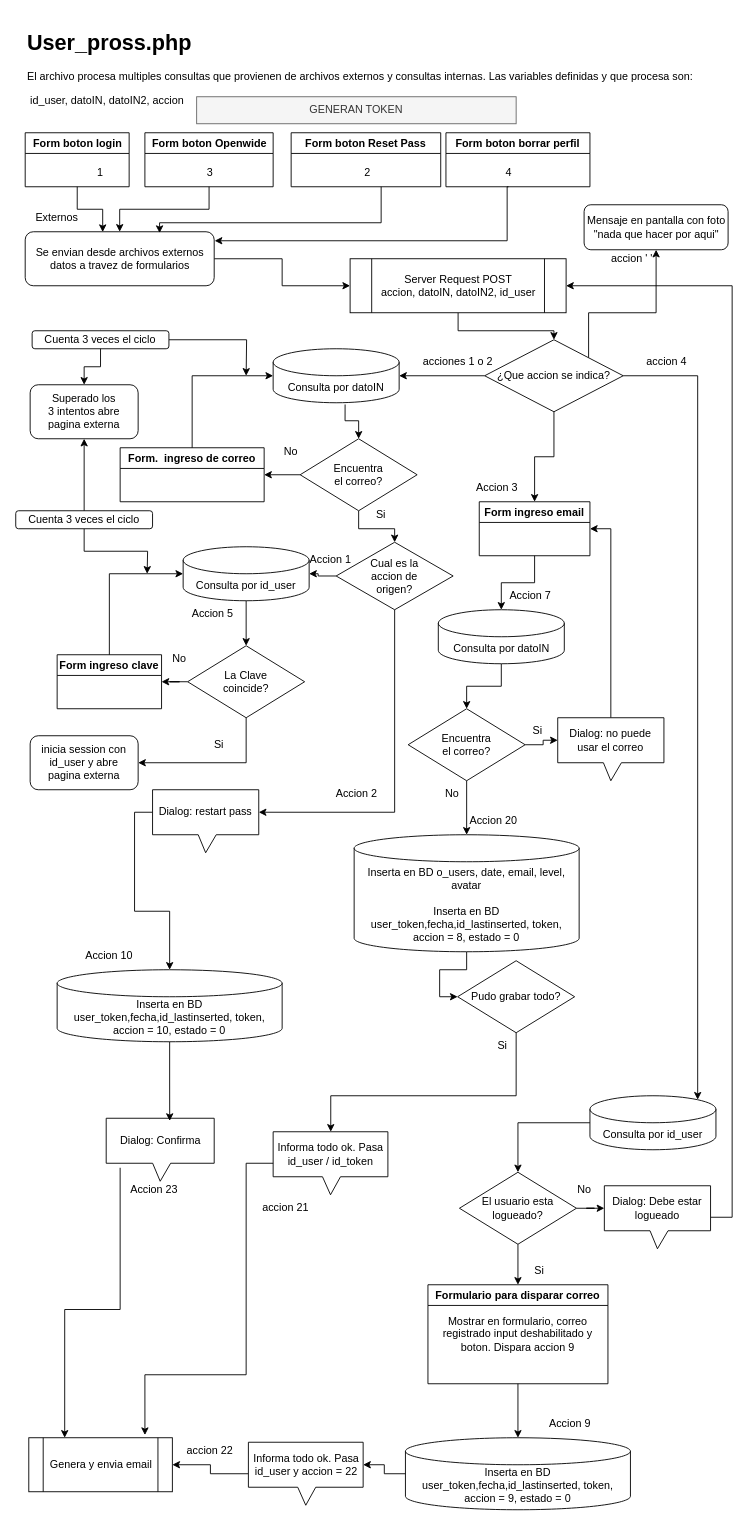
Earlier version of the draw.io diagram user_prossphp.drawio (MaxiFranz/TrayectoP). Source tidied: cells renumbered, new cells numbered last; positions are measured from the earlier drawing's top-left corner, leaving out a move shared by most shapes. Both pictures are drawn from the tidied source at 90%, with x=0, y=0 at pixel (15, 24).
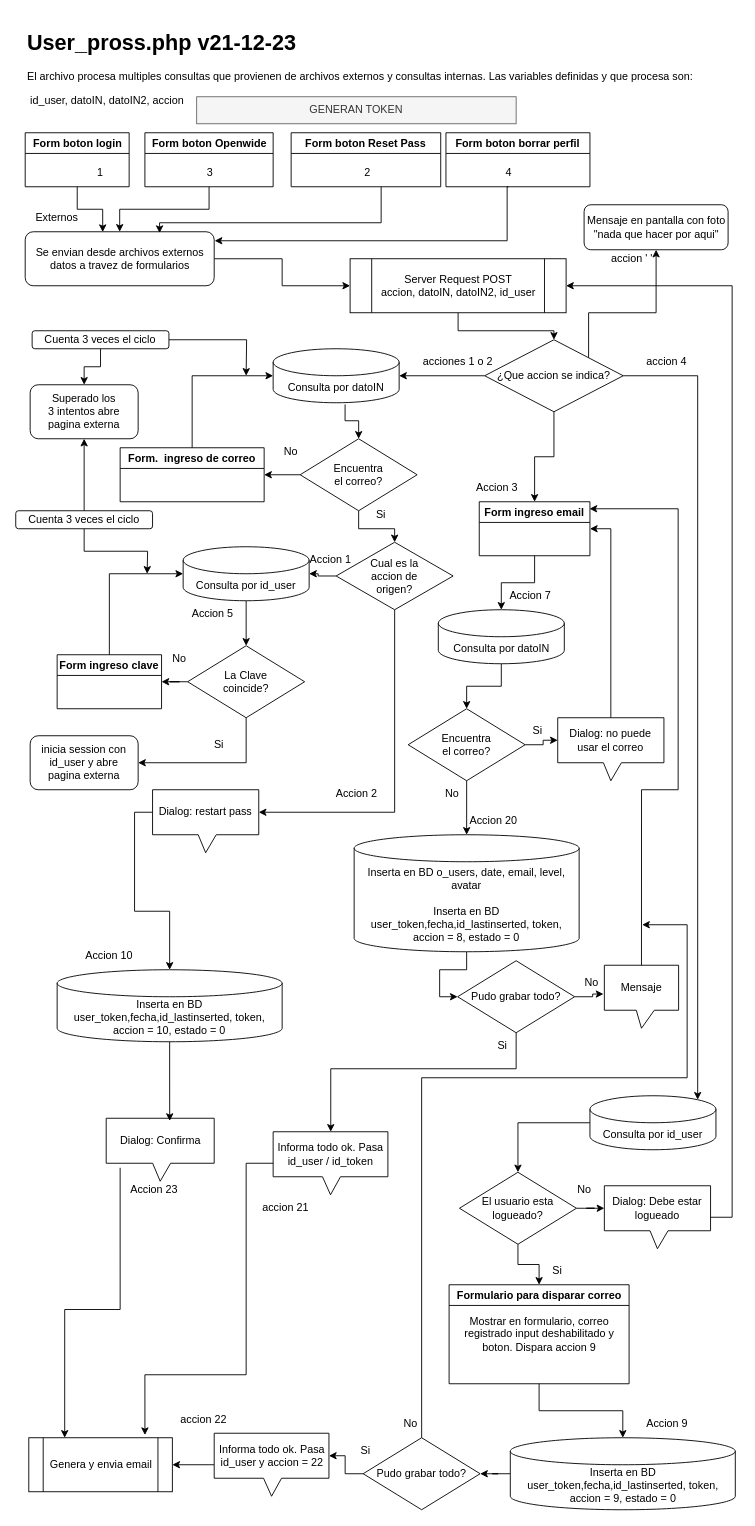
The same diagram, later.

Unchanged cells that the change refers to:
```xml
<mxCell id="54" value="Form ingreso email" style="swimlane;" parent="1" vertex="1">
  <mxGeometry x="515" y="530" width="123" height="60" as="geometry" />
</mxCell>
<mxCell id="69" value="Informa todo ok. Pasa id_user / id_token" style="shape=callout;whiteSpace=wrap;html=1;perimeter=calloutPerimeter;size=20;position=0.43;" parent="1" vertex="1">
  <mxGeometry x="286" y="1230" width="127.5" height="70" as="geometry" />
</mxCell>
<mxCell id="71" value="Pudo grabar todo?" style="rhombus;whiteSpace=wrap;html=1;" parent="1" vertex="1">
  <mxGeometry x="491" y="1040" width="130" height="80" as="geometry" />
</mxCell>
```

Diff of the diagram source:
```diff
@@
-    <mxCell id="2" value="&lt;h1&gt;User_pross.php&lt;/h1&gt;&lt;p&gt;El archivo procesa multiples consultas que provienen de archivos externos y consultas internas. Las variables definidas y que procesa son:&amp;nbsp;&lt;/p&gt;&lt;p&gt;&lt;span style=&quot;background-color: initial;&quot;&gt;&amp;nbsp;id_user,&amp;nbsp;&lt;/span&gt;&lt;span style=&quot;background-color: initial;&quot;&gt;datoIN,&amp;nbsp;&lt;/span&gt;&lt;span style=&quot;background-color: initial;&quot;&gt;datoIN2,&amp;nbsp;&lt;/span&gt;&lt;span style=&quot;background-color: initial;&quot;&gt;accion&lt;/span&gt;&lt;/p&gt;" style="text;html=1;strokeColor=none;fillColor=none;spacing=5;spacingTop=-20;whiteSpace=wrap;overflow=hidden;rounded=0;" parent="1" vertex="1">
+    <mxCell id="2" value="&lt;h1&gt;User_pross.php v21-12-23&lt;/h1&gt;&lt;p&gt;El archivo procesa multiples consultas que provienen de archivos externos y consultas internas. Las variables definidas y que procesa son:&amp;nbsp;&lt;/p&gt;&lt;p&gt;&lt;span style=&quot;background-color: initial;&quot;&gt;&amp;nbsp;id_user,&amp;nbsp;&lt;/span&gt;&lt;span style=&quot;background-color: initial;&quot;&gt;datoIN,&amp;nbsp;&lt;/span&gt;&lt;span style=&quot;background-color: initial;&quot;&gt;datoIN2,&amp;nbsp;&lt;/span&gt;&lt;span style=&quot;background-color: initial;&quot;&gt;accion&lt;/span&gt;&lt;/p&gt;" style="text;html=1;strokeColor=none;fillColor=none;spacing=5;spacingTop=-20;whiteSpace=wrap;overflow=hidden;rounded=0;" parent="1" vertex="1">
       <mxGeometry x="8" width="770" height="100" as="geometry" />
     </mxCell>
@@
     <mxCell id="70" style="edgeStyle=orthogonalEdgeStyle;rounded=0;jettySize=auto;html=1;exitX=0.5;exitY=1;exitDx=0;exitDy=0;" parent="1" edge="1" source="71" target="69">
       <mxGeometry relative="1" as="geometry">
         <Array as="points">
-          <mxPoint x="556" y="1190" />
-          <mxPoint x="350" y="1190" />
+          <mxPoint x="556" y="1160" />
+          <mxPoint x="350" y="1160" />
         </Array>
       </mxGeometry>
     </mxCell>
@@
     <mxCell id="79" value="Formulario para disparar correo" style="swimlane;whiteSpace=wrap;html=1;" parent="1" vertex="1">
-      <mxGeometry x="458" y="1400" width="200" height="110" as="geometry" />
+      <mxGeometry x="481.5" y="1400" width="200" height="110" as="geometry" />
     </mxCell>
@@
     <mxCell id="81" value="Si" style="text;html=1;strokeColor=none;fillColor=none;align=center;verticalAlign=middle;whiteSpace=wrap;rounded=0;" parent="1" vertex="1">
-      <mxGeometry x="551.5" y="1370" width="60" height="30" as="geometry" />
+      <mxGeometry x="571.5" y="1370" width="60" height="30" as="geometry" />
     </mxCell>
@@
+    <mxCell id="111" style="edgeStyle=orthogonalEdgeStyle;rounded=0;jettySize=auto;html=1;entryX=1;entryY=0.5;entryDx=0;entryDy=0;" parent="1" edge="1" source="93" target="116">
+      <mxGeometry relative="1" as="geometry" />
+    </mxCell>
     <mxCell id="93" value="Inserta en BD user_token,fecha,id_lastinserted, token, accion = 9, estado = 0" style="shape=cylinder3;whiteSpace=wrap;html=1;boundedLbl=1;backgroundOutline=1;size=15;" parent="1" vertex="1">
-      <mxGeometry x="433" y="1570" width="250" height="80" as="geometry" />
+      <mxGeometry x="549.5" y="1570" width="250" height="80" as="geometry" />
     </mxCell>
@@
     <mxCell id="95" value="Informa todo ok. Pasa id_user y accion = 22" style="shape=callout;whiteSpace=wrap;html=1;perimeter=calloutPerimeter;size=20;position=0.43;" parent="1" vertex="1">
-      <mxGeometry x="258.5" y="1575" width="127.5" height="70" as="geometry" />
+      <mxGeometry x="220.5" y="1565" width="127.5" height="70" as="geometry" />
     </mxCell>
@@
     <mxCell id="99" value="Accion 9" style="text;html=1;strokeColor=none;fillColor=none;align=center;verticalAlign=middle;whiteSpace=wrap;rounded=0;" parent="1" vertex="1">
-      <mxGeometry x="586" y="1540" width="60" height="30" as="geometry" />
+      <mxGeometry x="693.5" y="1540" width="60" height="30" as="geometry" />
     </mxCell>
@@
     <mxCell id="101" value="accion 22" style="text;html=1;strokeColor=none;fillColor=none;align=center;verticalAlign=middle;whiteSpace=wrap;rounded=0;" parent="1" vertex="1">
-      <mxGeometry x="186" y="1570" width="60" height="30" as="geometry" />
+      <mxGeometry x="178.5" y="1535" width="60" height="30" as="geometry" />
     </mxCell>
@@
-    <mxCell id="108" style="edgeStyle=orthogonalEdgeStyle;rounded=0;jettySize=auto;html=1;entryX=0;entryY=0;entryDx=127.5;entryDy=25;entryPerimeter=0;" parent="1" edge="1" source="93" target="95">
-      <mxGeometry relative="1" as="geometry" />
-    </mxCell>
@@
+    <mxCell id="112" value="Mensaje" style="shape=callout;whiteSpace=wrap;html=1;perimeter=calloutPerimeter;size=20;position=0.43;" parent="1" vertex="1">
+      <mxGeometry x="654" y="1045" width="82.5" height="70" as="geometry" />
+    </mxCell>
+    <mxCell id="113" style="edgeStyle=orthogonalEdgeStyle;rounded=0;jettySize=auto;html=1;entryX=-0.012;entryY=0.457;entryDx=0;entryDy=0;entryPerimeter=0;" parent="1" edge="1" source="71" target="112">
+      <mxGeometry relative="1" as="geometry" />
+    </mxCell>
+    <mxCell id="114" value="No" style="text;html=1;strokeColor=none;fillColor=none;align=center;verticalAlign=middle;whiteSpace=wrap;rounded=0;" parent="1" vertex="1">
+      <mxGeometry x="609.5" y="1050" width="60" height="30" as="geometry" />
+    </mxCell>
+    <mxCell id="115" style="edgeStyle=orthogonalEdgeStyle;rounded=0;jettySize=auto;html=1;entryX=0.996;entryY=0.13;entryDx=0;entryDy=0;entryPerimeter=0;exitX=0.5;exitY=0;exitDx=0;exitDy=0;exitPerimeter=0;" parent="1" edge="1" source="112" target="54">
+      <mxGeometry relative="1" as="geometry">
+        <Array as="points">
+          <mxPoint x="695" y="850" />
+          <mxPoint x="736" y="850" />
+          <mxPoint x="736" y="538" />
+        </Array>
+      </mxGeometry>
+    </mxCell>
+    <mxCell id="116" value="Pudo grabar todo?" style="rhombus;whiteSpace=wrap;html=1;" parent="1" vertex="1">
+      <mxGeometry x="386" y="1570" width="130" height="80" as="geometry" />
+    </mxCell>
+    <mxCell id="117" style="edgeStyle=orthogonalEdgeStyle;rounded=0;jettySize=auto;html=1;entryX=0;entryY=0;entryDx=127.5;entryDy=25;entryPerimeter=0;" parent="1" edge="1" source="116" target="95">
+      <mxGeometry relative="1" as="geometry" />
+    </mxCell>
+    <mxCell id="118" value="Si" style="text;html=1;strokeColor=none;fillColor=none;align=center;verticalAlign=middle;whiteSpace=wrap;rounded=0;" parent="1" vertex="1">
+      <mxGeometry x="359.1" y="1570" width="60" height="30" as="geometry" />
+    </mxCell>
+    <mxCell id="119" style="edgeStyle=orthogonalEdgeStyle;rounded=0;jettySize=auto;html=1;exitX=0.5;exitY=0;exitDx=0;exitDy=0;" parent="1" edge="1" source="116">
+      <mxGeometry relative="1" as="geometry">
+        <mxPoint x="696" y="1000" as="targetPoint" />
+        <Array as="points">
+          <mxPoint x="451" y="1170" />
+          <mxPoint x="746" y="1170" />
+          <mxPoint x="746" y="1000" />
+        </Array>
+      </mxGeometry>
+    </mxCell>
+    <mxCell id="120" value="No" style="text;html=1;strokeColor=none;fillColor=none;align=center;verticalAlign=middle;whiteSpace=wrap;rounded=0;" parent="1" vertex="1">
+      <mxGeometry x="409" y="1540" width="60" height="30" as="geometry" />
+    </mxCell>
```
